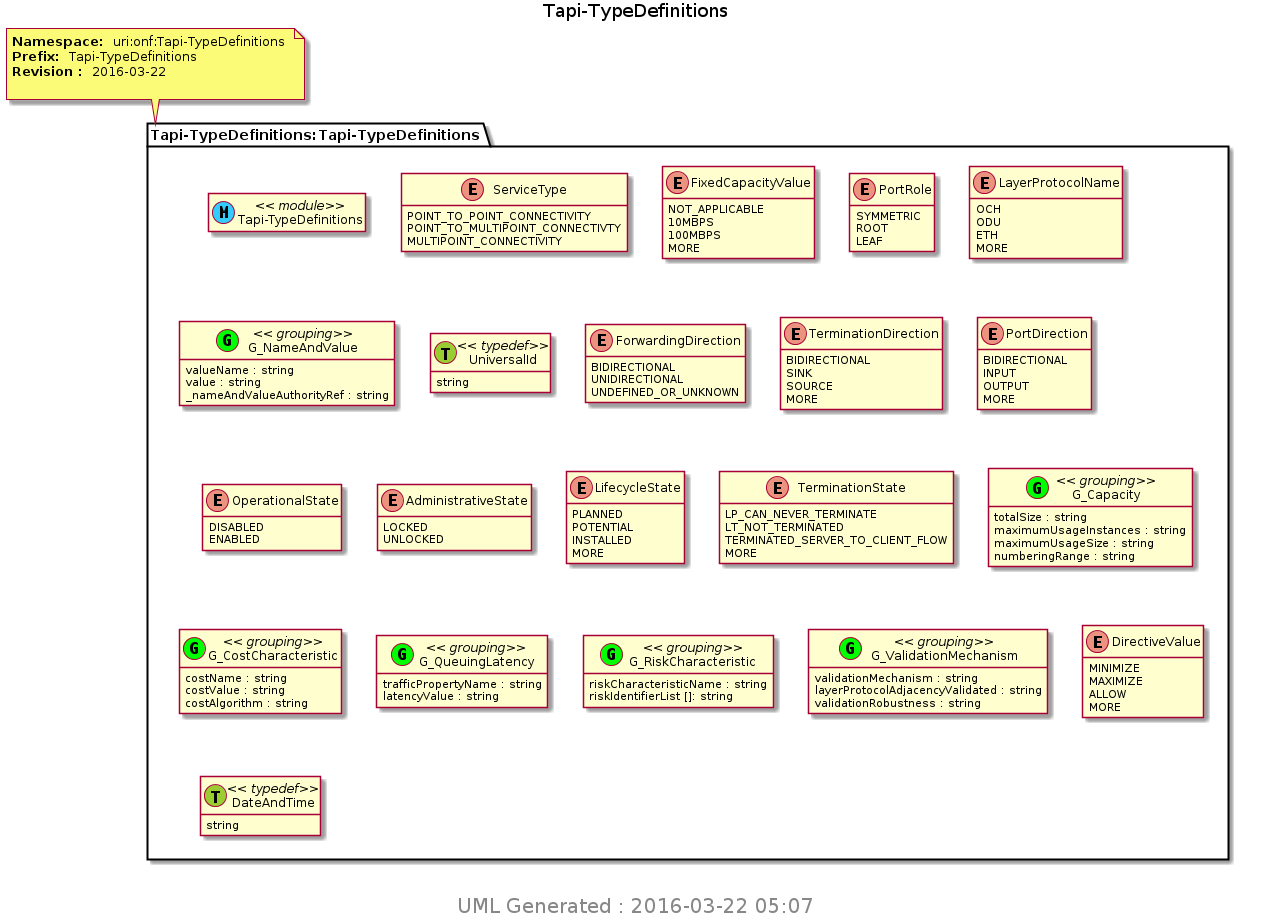
Open-Network-Models-and-Interfaces-ONMI/TAPI keeps this PlantUML diagram as TransportAPI/YANG/pyang_uml/Tapi-TypeDefinitions.png. Above is the earlier version. Source of this version:
```plantuml
@startuml img/Tapi-TypeDefinitions.png
hide empty fields
hide empty methods
hide <<case>> circle
hide <<augment>> circle
hide <<choice>> circle
hide <<leafref>> stereotype
hide <<leafref>> circle
page 1x1
Title Tapi-TypeDefinitions
note top of Tapi_TypeDefinitions_Tapi_TypeDefinitions : <b>Namespace: </b> uri:onf:Tapi-TypeDefinitions \n<b>Prefix: </b> Tapi-TypeDefinitions \n<b>Revision : </b> 2016-03-22 \n
package "Tapi-TypeDefinitions:Tapi-TypeDefinitions" as Tapi_TypeDefinitions_Tapi_TypeDefinitions {
class "Tapi-TypeDefinitions" as Tapi_TypeDefinitions << (M, #33CCFF) module>>
enum "ServiceType" as Tapi_TypeDefinitions_I_ServiceType {
POINT_TO_POINT_CONNECTIVITY
POINT_TO_MULTIPOINT_CONNECTIVTY
MULTIPOINT_CONNECTIVITY
}
enum "FixedCapacityValue" as Tapi_TypeDefinitions_I_FixedCapacityValue {
NOT_APPLICABLE
10MBPS
100MBPS
MORE
}
enum "PortRole" as Tapi_TypeDefinitions_I_PortRole {
SYMMETRIC
ROOT
LEAF
}
enum "LayerProtocolName" as Tapi_TypeDefinitions_I_LayerProtocolName {
OCH
ODU
ETH
MORE
}
class "G_NameAndValue" as Tapi_TypeDefinitions_I_G_NameAndValue_grouping <<(G,Lime) grouping>>
Tapi_TypeDefinitions_I_G_NameAndValue_grouping : valueName : string
Tapi_TypeDefinitions_I_G_NameAndValue_grouping : value : string
Tapi_TypeDefinitions_I_G_NameAndValue_grouping : _nameAndValueAuthorityRef : string
class "UniversalId" as UniversalId << (T, YellowGreen) typedef>>
UniversalId : string
enum "ForwardingDirection" as Tapi_TypeDefinitions_I_ForwardingDirection {
BIDIRECTIONAL
UNIDIRECTIONAL
UNDEFINED_OR_UNKNOWN
}
enum "TerminationDirection" as Tapi_TypeDefinitions_I_TerminationDirection {
BIDIRECTIONAL
SINK
SOURCE
MORE
}
enum "PortDirection" as Tapi_TypeDefinitions_I_PortDirection {
BIDIRECTIONAL
INPUT
OUTPUT
MORE
}
enum "OperationalState" as Tapi_TypeDefinitions_I_OperationalState {
DISABLED
ENABLED
}
enum "AdministrativeState" as Tapi_TypeDefinitions_I_AdministrativeState {
LOCKED
UNLOCKED
}
enum "LifecycleState" as Tapi_TypeDefinitions_I_LifecycleState {
PLANNED
POTENTIAL
INSTALLED
MORE
}
enum "TerminationState" as Tapi_TypeDefinitions_I_TerminationState {
LP_CAN_NEVER_TERMINATE
LT_NOT_TERMINATED
TERMINATED_SERVER_TO_CLIENT_FLOW
MORE
}
class "G_Capacity" as Tapi_TypeDefinitions_I_G_Capacity_grouping <<(G,Lime) grouping>>
Tapi_TypeDefinitions_I_G_Capacity_grouping : totalSize : string
Tapi_TypeDefinitions_I_G_Capacity_grouping : maximumUsageInstances : string
Tapi_TypeDefinitions_I_G_Capacity_grouping : maximumUsageSize : string
Tapi_TypeDefinitions_I_G_Capacity_grouping : numberingRange : string
class "G_CostCharacteristic" as Tapi_TypeDefinitions_I_G_CostCharacteristic_grouping <<(G,Lime) grouping>>
Tapi_TypeDefinitions_I_G_CostCharacteristic_grouping : costName : string
Tapi_TypeDefinitions_I_G_CostCharacteristic_grouping : costValue : string
Tapi_TypeDefinitions_I_G_CostCharacteristic_grouping : costAlgorithm : string
class "G_QueuingLatency" as Tapi_TypeDefinitions_I_G_QueuingLatency_grouping <<(G,Lime) grouping>>
Tapi_TypeDefinitions_I_G_QueuingLatency_grouping : trafficPropertyName : string
Tapi_TypeDefinitions_I_G_QueuingLatency_grouping : latencyValue : string
class "G_RiskCharacteristic" as Tapi_TypeDefinitions_I_G_RiskCharacteristic_grouping <<(G,Lime) grouping>>
Tapi_TypeDefinitions_I_G_RiskCharacteristic_grouping : riskCharacteristicName : string
Tapi_TypeDefinitions_I_G_RiskCharacteristic_grouping : riskIdentifierList []: string
class "G_ValidationMechanism" as Tapi_TypeDefinitions_I_G_ValidationMechanism_grouping <<(G,Lime) grouping>>
Tapi_TypeDefinitions_I_G_ValidationMechanism_grouping : validationMechanism : string
Tapi_TypeDefinitions_I_G_ValidationMechanism_grouping : layerProtocolAdjacencyValidated : string
Tapi_TypeDefinitions_I_G_ValidationMechanism_grouping : validationRobustness : string
enum "DirectiveValue" as Tapi_TypeDefinitions_I_DirectiveValue {
MINIMIZE
MAXIMIZE
ALLOW
MORE
}
class "DateAndTime" as DateAndTime << (T, YellowGreen) typedef>>
DateAndTime : string
}

center footer
 <size:20> UML Generated : 2016-03-22 05:07 </size>
 endfooter
@enduml
```
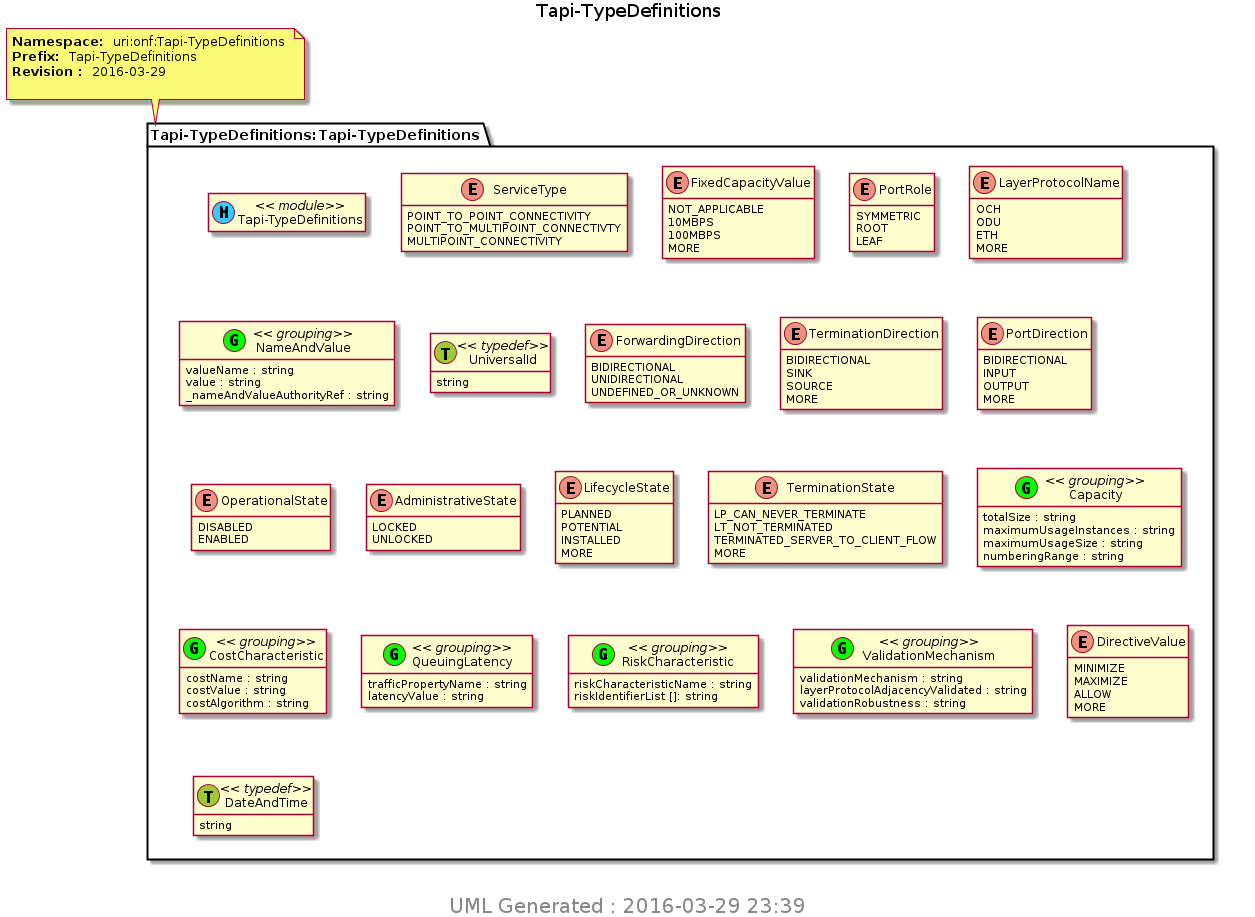
Above is the later version.

The edit, as a diff of the source:
```diff
@@ -8,7 +8,7 @@
 hide <<leafref>> circle
 page 1x1
 Title Tapi-TypeDefinitions
-note top of Tapi_TypeDefinitions_Tapi_TypeDefinitions : <b>Namespace: </b> uri:onf:Tapi-TypeDefinitions \n<b>Prefix: </b> Tapi-TypeDefinitions \n<b>Revision : </b> 2016-03-22 \n
+note top of Tapi_TypeDefinitions_Tapi_TypeDefinitions : <b>Namespace: </b> uri:onf:Tapi-TypeDefinitions \n<b>Prefix: </b> Tapi-TypeDefinitions \n<b>Revision : </b> 2016-03-29 \n
 package "Tapi-TypeDefinitions:Tapi-TypeDefinitions" as Tapi_TypeDefinitions_Tapi_TypeDefinitions {
 class "Tapi-TypeDefinitions" as Tapi_TypeDefinitions << (M, #33CCFF) module>>
 enum "ServiceType" as Tapi_TypeDefinitions_I_ServiceType {
@@ -33,10 +33,10 @@
 ETH
 MORE
 }
-class "G_NameAndValue" as Tapi_TypeDefinitions_I_G_NameAndValue_grouping <<(G,Lime) grouping>>
-Tapi_TypeDefinitions_I_G_NameAndValue_grouping : valueName : string
-Tapi_TypeDefinitions_I_G_NameAndValue_grouping : value : string
-Tapi_TypeDefinitions_I_G_NameAndValue_grouping : _nameAndValueAuthorityRef : string
+class "NameAndValue" as Tapi_TypeDefinitions_I_NameAndValue_grouping <<(G,Lime) grouping>>
+Tapi_TypeDefinitions_I_NameAndValue_grouping : valueName : string
+Tapi_TypeDefinitions_I_NameAndValue_grouping : value : string
+Tapi_TypeDefinitions_I_NameAndValue_grouping : _nameAndValueAuthorityRef : string
 class "UniversalId" as UniversalId << (T, YellowGreen) typedef>>
 UniversalId : string
 enum "ForwardingDirection" as Tapi_TypeDefinitions_I_ForwardingDirection {
@@ -76,25 +76,25 @@
 TERMINATED_SERVER_TO_CLIENT_FLOW
 MORE
 }
-class "G_Capacity" as Tapi_TypeDefinitions_I_G_Capacity_grouping <<(G,Lime) grouping>>
-Tapi_TypeDefinitions_I_G_Capacity_grouping : totalSize : string
-Tapi_TypeDefinitions_I_G_Capacity_grouping : maximumUsageInstances : string
-Tapi_TypeDefinitions_I_G_Capacity_grouping : maximumUsageSize : string
-Tapi_TypeDefinitions_I_G_Capacity_grouping : numberingRange : string
-class "G_CostCharacteristic" as Tapi_TypeDefinitions_I_G_CostCharacteristic_grouping <<(G,Lime) grouping>>
-Tapi_TypeDefinitions_I_G_CostCharacteristic_grouping : costName : string
-Tapi_TypeDefinitions_I_G_CostCharacteristic_grouping : costValue : string
-Tapi_TypeDefinitions_I_G_CostCharacteristic_grouping : costAlgorithm : string
-class "G_QueuingLatency" as Tapi_TypeDefinitions_I_G_QueuingLatency_grouping <<(G,Lime) grouping>>
-Tapi_TypeDefinitions_I_G_QueuingLatency_grouping : trafficPropertyName : string
-Tapi_TypeDefinitions_I_G_QueuingLatency_grouping : latencyValue : string
-class "G_RiskCharacteristic" as Tapi_TypeDefinitions_I_G_RiskCharacteristic_grouping <<(G,Lime) grouping>>
-Tapi_TypeDefinitions_I_G_RiskCharacteristic_grouping : riskCharacteristicName : string
-Tapi_TypeDefinitions_I_G_RiskCharacteristic_grouping : riskIdentifierList []: string
-class "G_ValidationMechanism" as Tapi_TypeDefinitions_I_G_ValidationMechanism_grouping <<(G,Lime) grouping>>
-Tapi_TypeDefinitions_I_G_ValidationMechanism_grouping : validationMechanism : string
-Tapi_TypeDefinitions_I_G_ValidationMechanism_grouping : layerProtocolAdjacencyValidated : string
-Tapi_TypeDefinitions_I_G_ValidationMechanism_grouping : validationRobustness : string
+class "Capacity" as Tapi_TypeDefinitions_I_Capacity_grouping <<(G,Lime) grouping>>
+Tapi_TypeDefinitions_I_Capacity_grouping : totalSize : string
+Tapi_TypeDefinitions_I_Capacity_grouping : maximumUsageInstances : string
+Tapi_TypeDefinitions_I_Capacity_grouping : maximumUsageSize : string
+Tapi_TypeDefinitions_I_Capacity_grouping : numberingRange : string
+class "CostCharacteristic" as Tapi_TypeDefinitions_I_CostCharacteristic_grouping <<(G,Lime) grouping>>
+Tapi_TypeDefinitions_I_CostCharacteristic_grouping : costName : string
+Tapi_TypeDefinitions_I_CostCharacteristic_grouping : costValue : string
+Tapi_TypeDefinitions_I_CostCharacteristic_grouping : costAlgorithm : string
+class "QueuingLatency" as Tapi_TypeDefinitions_I_QueuingLatency_grouping <<(G,Lime) grouping>>
+Tapi_TypeDefinitions_I_QueuingLatency_grouping : trafficPropertyName : string
+Tapi_TypeDefinitions_I_QueuingLatency_grouping : latencyValue : string
+class "RiskCharacteristic" as Tapi_TypeDefinitions_I_RiskCharacteristic_grouping <<(G,Lime) grouping>>
+Tapi_TypeDefinitions_I_RiskCharacteristic_grouping : riskCharacteristicName : string
+Tapi_TypeDefinitions_I_RiskCharacteristic_grouping : riskIdentifierList []: string
+class "ValidationMechanism" as Tapi_TypeDefinitions_I_ValidationMechanism_grouping <<(G,Lime) grouping>>
+Tapi_TypeDefinitions_I_ValidationMechanism_grouping : validationMechanism : string
+Tapi_TypeDefinitions_I_ValidationMechanism_grouping : layerProtocolAdjacencyValidated : string
+Tapi_TypeDefinitions_I_ValidationMechanism_grouping : validationRobustness : string
 enum "DirectiveValue" as Tapi_TypeDefinitions_I_DirectiveValue {
 MINIMIZE
 MAXIMIZE
@@ -106,6 +106,6 @@
 }
 
 center footer
- <size:20> UML Generated : 2016-03-22 05:07 </size>
+ <size:20> UML Generated : 2016-03-29 23:39 </size>
  endfooter
 @enduml
```
